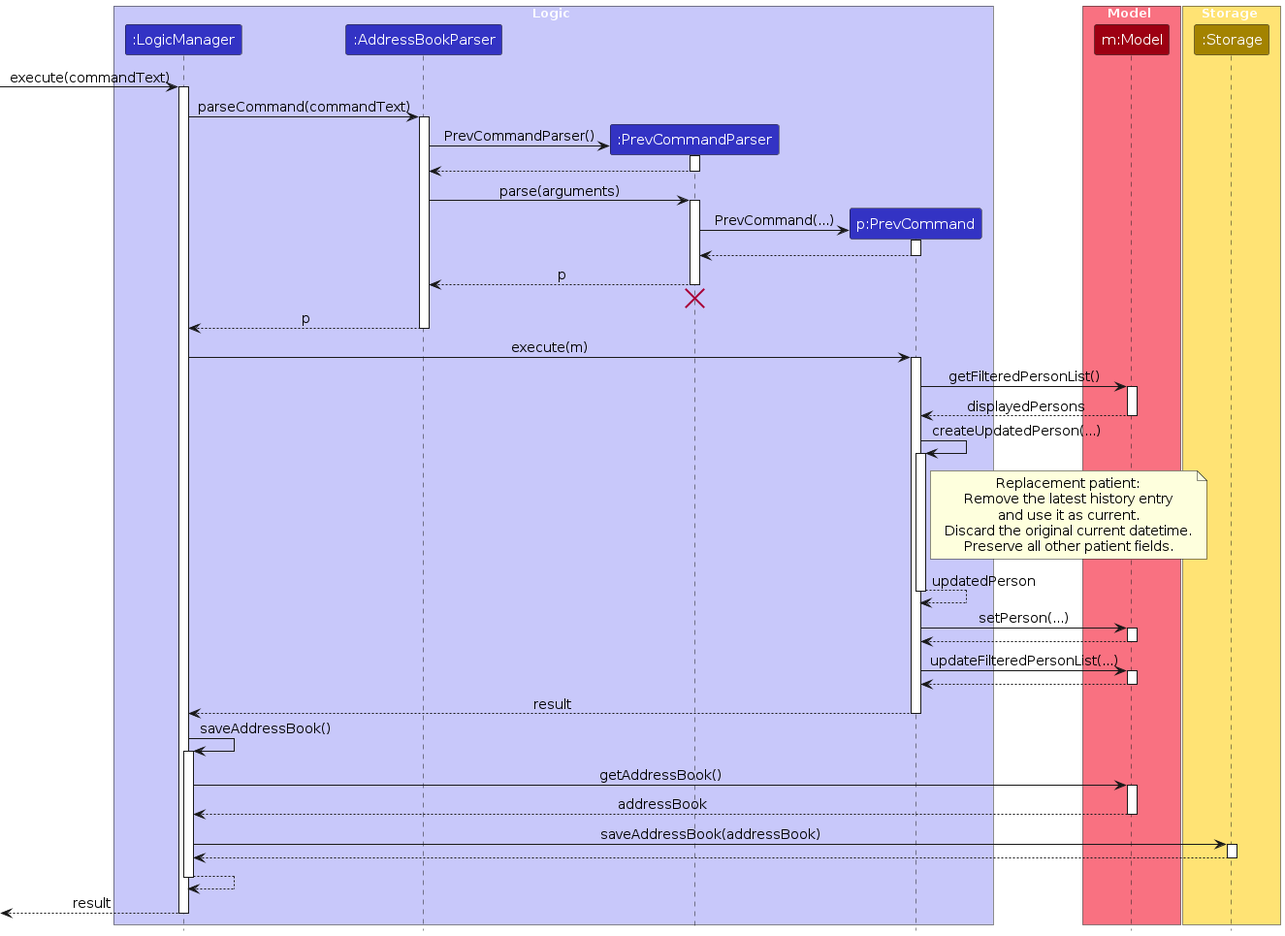
Earlier version of the PlantUML export diagrams/PrevSequenceDiagram.png (hhkennn/tp). Its source is kept beside it as diagrams/PrevSequenceDiagram.puml. Its diagram source:
```plantuml
@startuml
!include style.puml
skinparam ArrowFontStyle plain

skinparam ParticipantPadding 6
skinparam Participant {
  FontSize 15
  Padding 8
}
skinparam Sequence {
  ArrowFontSize 14
  ParticipantFontSize 15
}
skinparam Note {
  FontSize 14
}

box Logic LOGIC_COLOR_T1
participant ":LogicManager" as LogicManager LOGIC_COLOR
participant ":AddressBookParser" as AddressBookParser LOGIC_COLOR
participant ":PrevCommandParser" as PrevCommandParser LOGIC_COLOR
participant "p:PrevCommand" as PrevCommand LOGIC_COLOR
end box

box Model MODEL_COLOR_T1
participant "m:Model" as Model MODEL_COLOR
end box

box Storage STORAGE_COLOR_T1
participant ":Storage" as Storage STORAGE_COLOR
end box

[-> LogicManager : execute(commandText)
activate LogicManager

LogicManager -> AddressBookParser : parseCommand(commandText)
activate AddressBookParser

create PrevCommandParser
AddressBookParser -> PrevCommandParser : PrevCommandParser()
activate PrevCommandParser
PrevCommandParser --> AddressBookParser
deactivate PrevCommandParser

AddressBookParser -> PrevCommandParser : parse(arguments)
activate PrevCommandParser

create PrevCommand
PrevCommandParser -> PrevCommand : PrevCommand(...)
activate PrevCommand

PrevCommand --> PrevCommandParser
deactivate PrevCommand

PrevCommandParser --> AddressBookParser : p
deactivate PrevCommandParser

PrevCommandParser -[hidden]-> AddressBookParser
destroy PrevCommandParser

AddressBookParser --> LogicManager : p
deactivate AddressBookParser

LogicManager -> PrevCommand : execute(m)
activate PrevCommand

PrevCommand -> Model : getFilteredPersonList()
activate Model
Model --> PrevCommand : displayedPersons
deactivate Model

PrevCommand -> PrevCommand : createUpdatedPerson(...)
activate PrevCommand
note right of PrevCommand
  Replacement patient:
  Remove the latest history entry
  and use it as current.
  Discard the original current datetime.
  Preserve all other patient fields.
end note
PrevCommand --> PrevCommand : updatedPerson
deactivate PrevCommand

PrevCommand -> Model : setPerson(...)
activate Model
Model --> PrevCommand
deactivate Model

PrevCommand -> Model : updateFilteredPersonList(...)
activate Model
Model --> PrevCommand
deactivate Model

PrevCommand --> LogicManager : result
deactivate PrevCommand

LogicManager -> LogicManager : saveAddressBook()
activate LogicManager
LogicManager -> Model : getAddressBook()
activate Model
Model --> LogicManager : addressBook
deactivate Model

LogicManager -> Storage : saveAddressBook(addressBook)
activate Storage
Storage --> LogicManager
deactivate Storage

LogicManager --> LogicManager
deactivate LogicManager

[<--LogicManager : result
deactivate LogicManager
@enduml
```
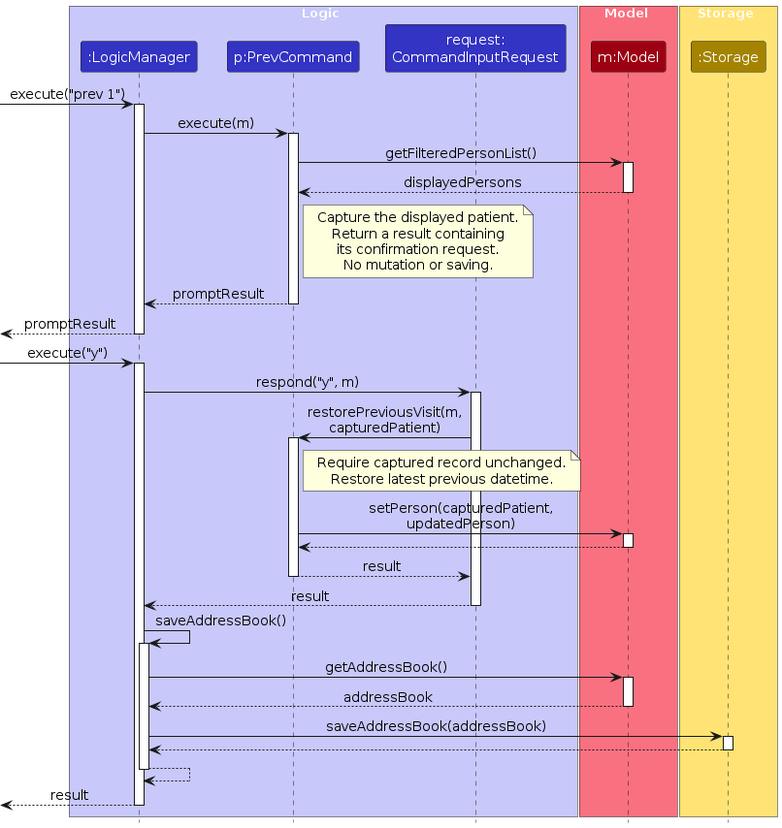
After the change.

The edit, as a diff of the source:
```diff
@@ -17,9 +17,8 @@
 
 box Logic LOGIC_COLOR_T1
 participant ":LogicManager" as LogicManager LOGIC_COLOR
-participant ":AddressBookParser" as AddressBookParser LOGIC_COLOR
-participant ":PrevCommandParser" as PrevCommandParser LOGIC_COLOR
 participant "p:PrevCommand" as PrevCommand LOGIC_COLOR
+participant "request:\nCommandInputRequest" as InputRequest LOGIC_COLOR
 end box
 
 box Model MODEL_COLOR_T1
@@ -30,69 +29,47 @@
 participant ":Storage" as Storage STORAGE_COLOR
 end box
 
-[-> LogicManager : execute(commandText)
+[-> LogicManager : execute("prev 1")
 activate LogicManager
-
-LogicManager -> AddressBookParser : parseCommand(commandText)
-activate AddressBookParser
-
-create PrevCommandParser
-AddressBookParser -> PrevCommandParser : PrevCommandParser()
-activate PrevCommandParser
-PrevCommandParser --> AddressBookParser
-deactivate PrevCommandParser
-
-AddressBookParser -> PrevCommandParser : parse(arguments)
-activate PrevCommandParser
-
-create PrevCommand
-PrevCommandParser -> PrevCommand : PrevCommand(...)
-activate PrevCommand
-
-PrevCommand --> PrevCommandParser
-deactivate PrevCommand
-
-PrevCommandParser --> AddressBookParser : p
-deactivate PrevCommandParser
-
-PrevCommandParser -[hidden]-> AddressBookParser
-destroy PrevCommandParser
-
-AddressBookParser --> LogicManager : p
-deactivate AddressBookParser
 
 LogicManager -> PrevCommand : execute(m)
 activate PrevCommand
-
 PrevCommand -> Model : getFilteredPersonList()
 activate Model
 Model --> PrevCommand : displayedPersons
 deactivate Model
 
-PrevCommand -> PrevCommand : createUpdatedPerson(...)
+note right of PrevCommand
+  Capture the displayed patient.
+  Return a result containing
+  its confirmation request.
+  No mutation or saving.
+end note
+
+PrevCommand --> LogicManager : promptResult
+deactivate PrevCommand
+[<--LogicManager : promptResult
+deactivate LogicManager
+
+[-> LogicManager : execute("y")
+activate LogicManager
+LogicManager -> InputRequest : respond("y", m)
+activate InputRequest
+InputRequest -> PrevCommand : restorePreviousVisit(m,\ncapturedPatient)
 activate PrevCommand
+
 note right of PrevCommand
-  Replacement patient:
-  Remove the latest history entry
-  and use it as current.
-  Discard the original current datetime.
-  Preserve all other patient fields.
+  Require captured record unchanged.
+  Restore latest previous datetime.
 end note
-PrevCommand --> PrevCommand : updatedPerson
-deactivate PrevCommand
-
-PrevCommand -> Model : setPerson(...)
+PrevCommand -> Model : setPerson(capturedPatient,\nupdatedPerson)
 activate Model
 Model --> PrevCommand
 deactivate Model
-
-PrevCommand -> Model : updateFilteredPersonList(...)
-activate Model
-Model --> PrevCommand
-deactivate Model
-
-PrevCommand --> LogicManager : result
+PrevCommand --> InputRequest : result
 deactivate PrevCommand
+InputRequest --> LogicManager : result
+deactivate InputRequest
 
 LogicManager -> LogicManager : saveAddressBook()
 activate LogicManager
@@ -100,12 +77,10 @@
 activate Model
 Model --> LogicManager : addressBook
 deactivate Model
-
 LogicManager -> Storage : saveAddressBook(addressBook)
 activate Storage
 Storage --> LogicManager
 deactivate Storage
-
 LogicManager --> LogicManager
 deactivate LogicManager
 
```
